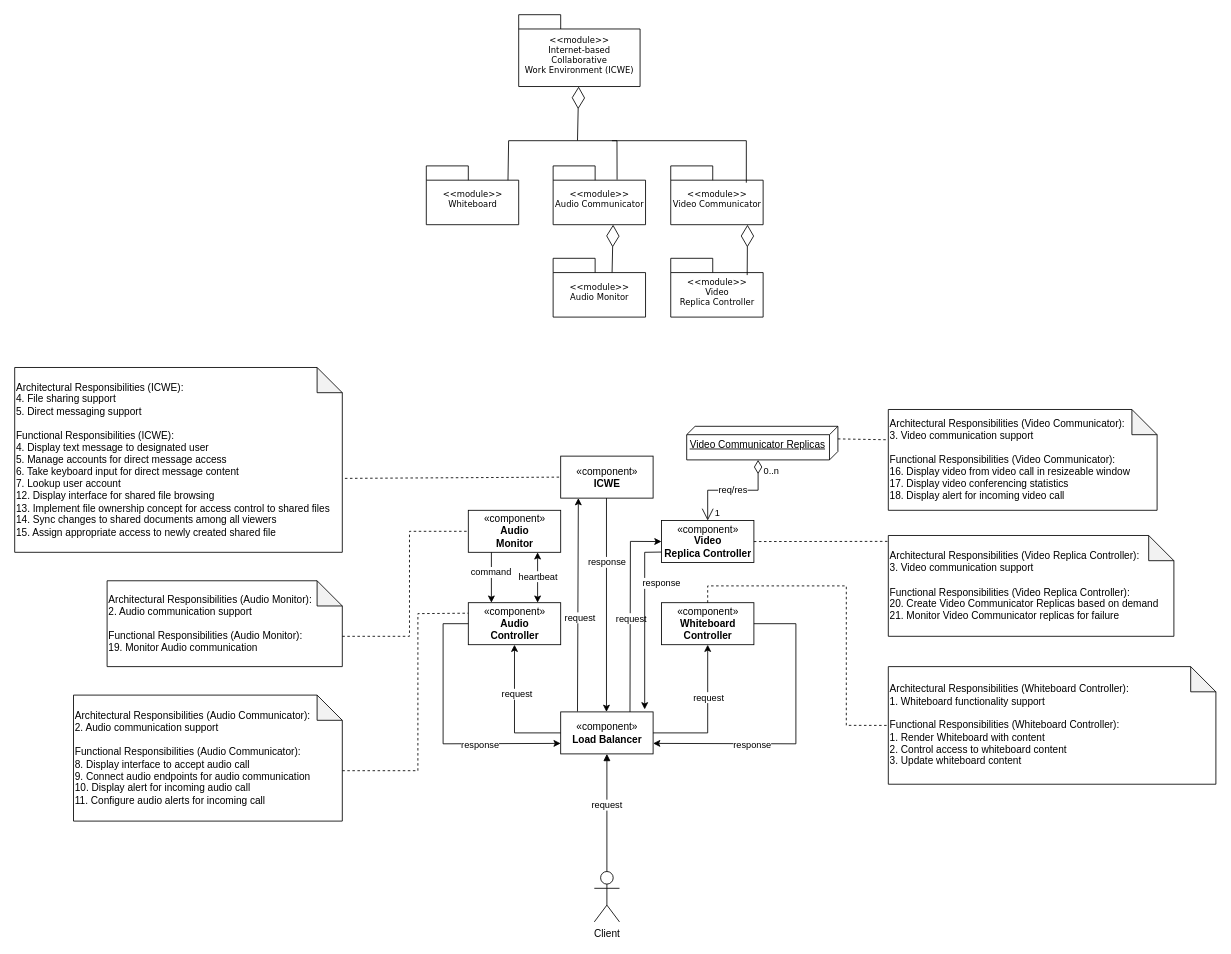
Earlier version of the draw.io diagram page "AD3_Video" (4 of 6) of Project_Checkpoint_4.drawio (james-mcallister/diagrams). Source tidied: cells renumbered, new cells numbered last; positions are measured from the earlier drawing's top-left corner, leaving out a move shared by most shapes. Both pictures are drawn from the tidied source at 84%, with x=0, y=0 at pixel (14, 14).
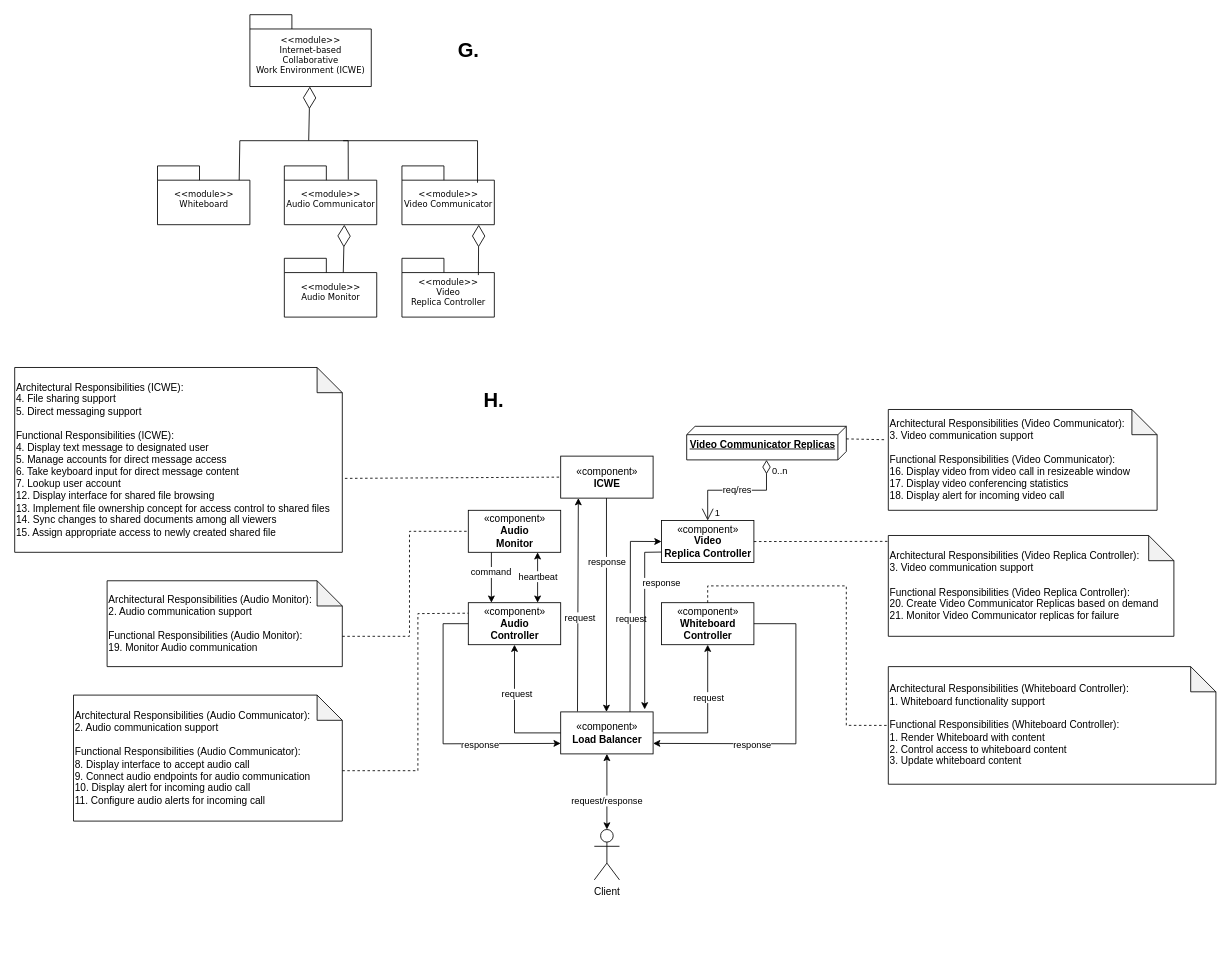
The same diagram, later.

The change refers to these unchanged cells:
```xml
<mxCell id="3" value="&lt;span style=&quot;font-weight: normal;&quot;&gt;&amp;lt;&amp;lt;module&amp;gt;&amp;gt;&lt;br&gt;Internet-based &lt;br&gt;Collaborative &lt;br&gt;Work Environment (ICWE)&lt;/span&gt;" style="shape=folder;fontStyle=1;spacingTop=10;tabWidth=50;tabHeight=17;tabPosition=left;html=1;rounded=0;shadow=0;comic=0;labelBackgroundColor=none;strokeWidth=1;fontFamily=Verdana;fontSize=10;align=center;" parent="2" vertex="1">
  <mxGeometry width="144.5" height="85.5" as="geometry" />
</mxCell>
<mxCell id="9" value="&lt;span style=&quot;font-weight: normal;&quot;&gt;&amp;lt;&amp;lt;module&amp;gt;&amp;gt;&lt;br&gt;Whiteboard&lt;br&gt;&lt;/span&gt;" style="shape=folder;fontStyle=1;spacingTop=10;tabWidth=50;tabHeight=17;tabPosition=left;html=1;rounded=0;shadow=0;comic=0;labelBackgroundColor=none;strokeWidth=1;fontFamily=Verdana;fontSize=10;align=center;" parent="8" vertex="1">
  <mxGeometry width="110" height="70" as="geometry" />
</mxCell>
<mxCell id="15" value="&lt;span style=&quot;font-weight: normal;&quot;&gt;&amp;lt;&amp;lt;module&amp;gt;&amp;gt;&lt;br&gt;Audio Communicator&lt;br&gt;&lt;/span&gt;" style="shape=folder;fontStyle=1;spacingTop=10;tabWidth=50;tabHeight=17;tabPosition=left;html=1;rounded=0;shadow=0;comic=0;labelBackgroundColor=none;strokeWidth=1;fontFamily=Verdana;fontSize=10;align=center;" parent="14" vertex="1">
  <mxGeometry width="110" height="70" as="geometry" />
</mxCell>
<mxCell id="45" value="&lt;span style=&quot;font-weight: normal;&quot;&gt;&amp;lt;&amp;lt;module&amp;gt;&amp;gt;&lt;br&gt;Video Communicator&lt;br&gt;&lt;/span&gt;" style="shape=folder;fontStyle=1;spacingTop=10;tabWidth=50;tabHeight=17;tabPosition=left;html=1;rounded=0;shadow=0;comic=0;labelBackgroundColor=none;strokeWidth=1;fontFamily=Verdana;fontSize=10;align=center;" parent="44" vertex="1">
  <mxGeometry width="110" height="70" as="geometry" />
</mxCell>
```

Diff of the diagram source:
```diff
@@
     <mxCell id="2" style="group;" parent="1" vertex="1">
-      <mxGeometry x="600" width="144.5" height="85.5" as="geometry" />
+      <mxGeometry x="280" width="144.5" height="85.5" as="geometry" />
     </mxCell>
@@
     <mxCell id="5" value="Client" style="shape=umlActor;verticalLabelPosition=bottom;verticalAlign=top;html=1;" parent="1" vertex="1">
-      <mxGeometry x="690" y="1020" width="30" height="60" as="geometry" />
+      <mxGeometry x="690" y="970" width="30" height="60" as="geometry" />
     </mxCell>
-    <mxCell id="6" value="request" style="html=1;verticalAlign=bottom;endArrow=block;rounded=0;exitX=0.5;exitY=0;exitDx=0;exitDy=0;exitPerimeter=0;entryX=0.5;entryY=1;entryDx=0;entryDy=0;" parent="1" edge="1" source="5">
-      <mxGeometry relative="1" as="geometry">
-        <mxPoint x="705" y="880" as="targetPoint" />
-      </mxGeometry>
-    </mxCell>
@@
     <mxCell id="8" style="group;" parent="1" vertex="1">
-      <mxGeometry x="490" y="180" width="110" height="70" as="geometry" />
+      <mxGeometry x="170" y="180" width="110" height="70" as="geometry" />
     </mxCell>
@@
     <mxCell id="10" style="endArrow=diamondThin;endFill=0;endSize=24;html=1;rounded=0;" parent="1" edge="1" target="3">
       <mxGeometry relative="1" as="geometry">
-        <mxPoint x="670" y="150" as="sourcePoint" />
+        <mxPoint x="350" y="150" as="sourcePoint" />
       </mxGeometry>
     </mxCell>
@@
     <mxCell id="14" style="group;" parent="1" vertex="1">
-      <mxGeometry x="641" y="180" width="110" height="70" as="geometry" />
+      <mxGeometry x="321" y="180" width="110" height="70" as="geometry" />
     </mxCell>
@@
     <mxCell id="16" style="endArrow=none;html=1;rounded=0;exitX=0;exitY=0;exitDx=97.25;exitDy=17;exitPerimeter=0;" parent="1" edge="1" source="9">
       <mxGeometry relative="1" as="geometry">
-        <mxPoint x="670" y="150" as="targetPoint" />
+        <mxPoint x="350" y="150" as="targetPoint" />
         <Array as="points">
-          <mxPoint x="588" y="150" />
+          <mxPoint x="268" y="150" />
         </Array>
       </mxGeometry>
     </mxCell>
     <mxCell id="17" style="endArrow=none;html=1;rounded=0;exitX=0.692;exitY=0.234;exitDx=0;exitDy=0;exitPerimeter=0;" parent="1" edge="1" source="15">
       <mxGeometry relative="1" as="geometry">
-        <mxPoint x="670" y="150" as="targetPoint" />
+        <mxPoint x="350" y="150" as="targetPoint" />
         <Array as="points">
-          <mxPoint x="717" y="150" />
+          <mxPoint x="397" y="150" />
         </Array>
       </mxGeometry>
     </mxCell>
@@
     <mxCell id="35" style="endArrow=diamondThin;endFill=0;endSize=24;html=1;rounded=0;" parent="1" edge="1">
       <mxGeometry relative="1" as="geometry">
-        <mxPoint x="711" y="314.5" as="sourcePoint" />
-        <mxPoint x="712.4" y="250" as="targetPoint" />
+        <mxPoint x="391" y="314.5" as="sourcePoint" />
+        <mxPoint x="392.4" y="250" as="targetPoint" />
       </mxGeometry>
     </mxCell>
     <mxCell id="36" style="group;" parent="1" vertex="1">
-      <mxGeometry x="641" y="290" width="110" height="70" as="geometry" />
+      <mxGeometry x="321" y="290" width="110" height="70" as="geometry" />
     </mxCell>
@@
     <mxCell id="44" style="group;" parent="1" vertex="1">
-      <mxGeometry x="781" y="180" width="110" height="70" as="geometry" />
+      <mxGeometry x="461" y="180" width="110" height="70" as="geometry" />
     </mxCell>
@@
     <mxCell id="46" style="endArrow=none;html=1;rounded=0;entryX=0.818;entryY=0.286;entryDx=0;entryDy=0;entryPerimeter=0;" parent="1" edge="1" target="45">
       <mxGeometry relative="1" as="geometry">
-        <mxPoint x="711" y="150" as="sourcePoint" />
+        <mxPoint x="391" y="150" as="sourcePoint" />
         <Array as="points">
-          <mxPoint x="871" y="150" />
+          <mxPoint x="551" y="150" />
         </Array>
       </mxGeometry>
     </mxCell>
     <mxCell id="47" style="group;" parent="1" vertex="1">
-      <mxGeometry x="781" y="290" width="110" height="70" as="geometry" />
+      <mxGeometry x="461" y="290" width="110" height="70" as="geometry" />
     </mxCell>
@@
     <mxCell id="49" style="endArrow=diamondThin;endFill=0;endSize=24;html=1;rounded=0;" parent="1" edge="1">
       <mxGeometry relative="1" as="geometry">
-        <mxPoint x="872" y="310" as="sourcePoint" />
-        <mxPoint x="872.4" y="250" as="targetPoint" />
+        <mxPoint x="552" y="310" as="sourcePoint" />
+        <mxPoint x="552.4" y="250" as="targetPoint" />
       </mxGeometry>
     </mxCell>
-    <mxCell id="50" value="Video Communicator Replicas" style="verticalAlign=top;align=left;spacingTop=8;spacingLeft=2;spacingRight=12;shape=cube;size=10;direction=south;fontStyle=4;html=1;" parent="1" vertex="1">
-      <mxGeometry x="800" y="490" width="180" height="40" as="geometry" />
+    <mxCell id="50" value="&lt;b&gt;Video Communicator Replicas&lt;/b&gt;" style="verticalAlign=top;align=left;spacingTop=8;spacingLeft=2;spacingRight=12;shape=cube;size=10;direction=south;fontStyle=4;html=1;" parent="1" vertex="1">
+      <mxGeometry x="800" y="490" width="190" height="40" as="geometry" />
     </mxCell>
@@
+    <mxCell id="64" style="endArrow=classic;startArrow=classic;html=1;rounded=0;entryX=0.5;entryY=1;entryDx=0;entryDy=0;exitX=0.5;exitY=0;exitDx=0;exitDy=0;exitPerimeter=0;" parent="1" edge="1" source="5">
+      <mxGeometry relative="1" as="geometry">
+        <mxPoint x="705" y="880" as="targetPoint" />
+      </mxGeometry>
+    </mxCell>
+    <mxCell id="65" value="request/response" style="edgeLabel;html=1;align=center;verticalAlign=middle;" parent="64" vertex="1">
+      <mxGeometry x="-0.22" y="1" relative="1" as="geometry" />
+    </mxCell>
+    <mxCell id="66" value="G." style="text;strokeColor=none;fillColor=none;html=1;fontSize=24;fontStyle=1;verticalAlign=middle;align=center;" parent="1" vertex="1">
+      <mxGeometry x="490" y="22.8" width="100" height="40" as="geometry" />
+    </mxCell>
+    <mxCell id="67" value="H." style="text;strokeColor=none;fillColor=none;html=1;fontSize=24;fontStyle=1;verticalAlign=middle;align=center;" parent="1" vertex="1">
+      <mxGeometry x="520" y="440" width="100" height="40" as="geometry" />
+    </mxCell>
```
